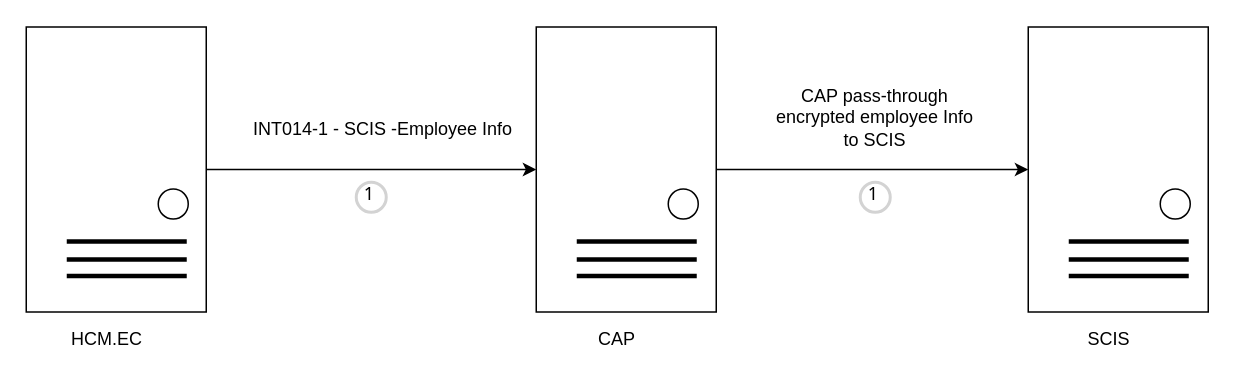
Above: page "SCIS" (8 of 10) of Untitled Diagram.drawio in wsxad234/flowchart (draw.io), before the change. Source tidied: cells renumbered, new cells numbered last; positions are measured from the earlier drawing's top-left corner, leaving out a move shared by most shapes. Both pictures are drawn from the tidied source at 150%, with x=0, y=0 at pixel (26, 26).
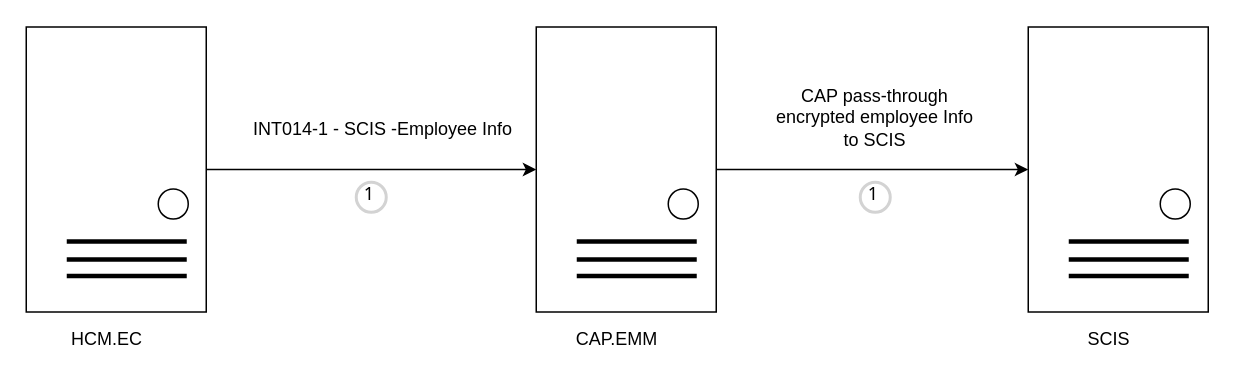
The same diagram, later.

Diff of the diagram source:
```diff
@@
-    <mxCell id="20" value="CAP" style="text;html=1;strokeColor=none;fillColor=none;align=center;verticalAlign=middle;whiteSpace=wrap;rounded=0;" parent="1" vertex="1">
+    <mxCell id="20" value="CAP.EMM" style="text;html=1;strokeColor=none;fillColor=none;align=center;verticalAlign=middle;whiteSpace=wrap;rounded=0;" parent="1" vertex="1">
       <mxGeometry x="364" y="193.5" width="60" height="30" as="geometry" />
     </mxCell>
```
